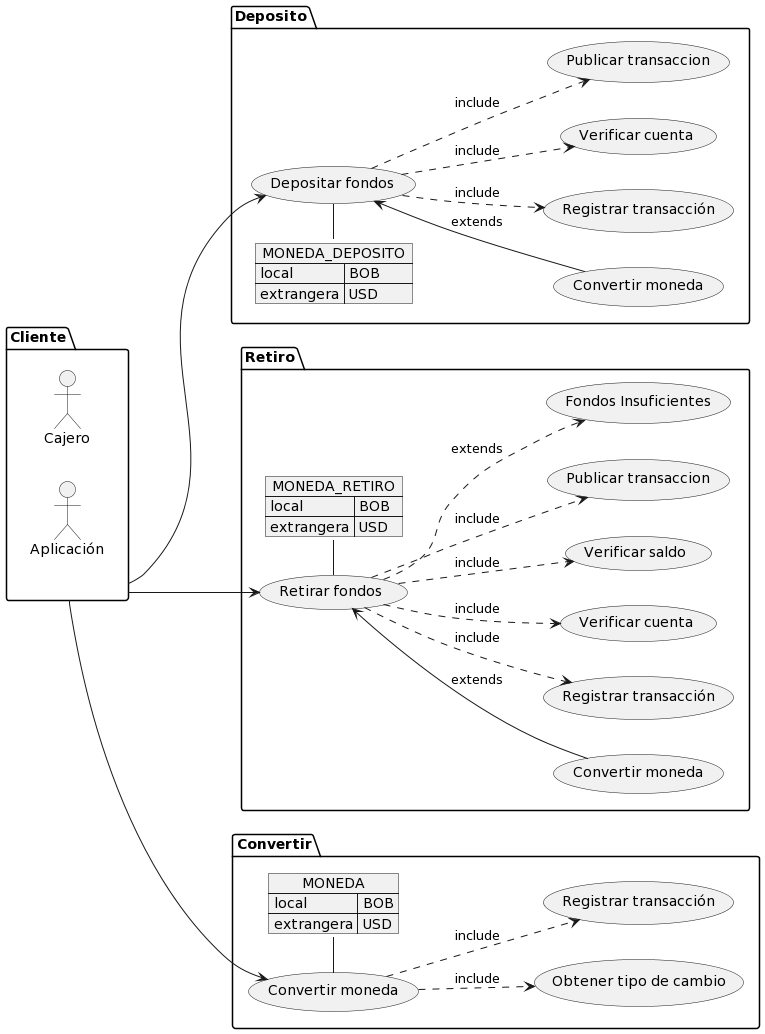
Above: docs/casos/gestionTransacciones.png in LizetheOV/cajero-automatico-multimoneda (PlantUML), before the change. Source of this version:
```plantuml
@startuml
left to right direction

package Cliente {
   actor "Cajero" as cajero
   actor "Aplicación" as app
}

package Deposito {
  usecase "Depositar fondos" as depositar
  usecase "Convertir moneda" as convertirDeposito
  usecase "Registrar transacción" as registrarDeposito
  usecase "Verificar cuenta" as verificarCuentaDeposito
  usecase "Publicar transaccion" as publicarDeposito
  json MONEDA_DEPOSITO {
     "local": "BOB",
     "extrangera": "USD"
  }
}

package Retiro {
  usecase "Retirar fondos" as retirar
  usecase "Convertir moneda" as convertirRetiro
  usecase "Registrar transacción" as registrarRetiro
  usecase "Verificar cuenta" as verificarCuentaRetiro
  usecase "Verificar saldo" as verificarSaldoRetiro
  usecase "Publicar transaccion" as publicarRetiro
  usecase "Fondos Insuficientes" as fundosInsuficientes
  json MONEDA_RETIRO {
     "local": "BOB",
     "extrangera": "USD"
  }
}

package Convertir {
  usecase "Obtener tipo de cambio" as tipoCambio
  usecase "Convertir moneda" as convertir
  usecase "Registrar transacción" as registrarTransaccion
  json MONEDA {
     "local": "BOB",
     "extrangera": "USD"
  }
}

:Cliente: -down--> depositar
:depositar: -down.> verificarCuentaDeposito: include
:depositar: -down.> registrarDeposito: include
:depositar: -down.> publicarDeposito: include
:convertirDeposito: -up-> depositar: extends
depositar -left- MONEDA_DEPOSITO

:Cliente: -down--> retirar
:retirar: -down.> verificarCuentaRetiro: include
:retirar: -down.> verificarSaldoRetiro: include
:retirar: -down.> fundosInsuficientes: extends
:retirar: -down.> registrarRetiro: include
:retirar: -down.> publicarRetiro: include
:convertirRetiro: -up-> retirar: extends
retirar-right- MONEDA_RETIRO


:Cliente: -down--> convertir
:convertir: -down.> tipoCambio: include
:convertir: -down.> registrarTransaccion: include

convertir-right- MONEDA
@enduml
```
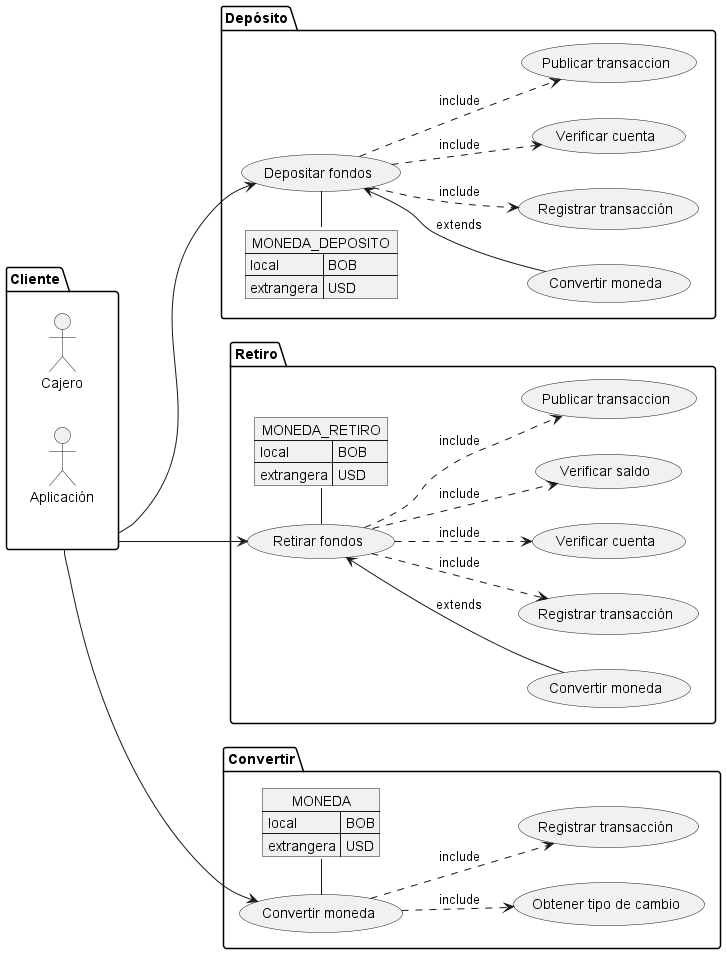
Later version of the same file.

What changed in the source:
```diff
@@ -6,7 +6,7 @@
    actor "Aplicación" as app
 }
 
-package Deposito {
+package Depósito {
   usecase "Depositar fondos" as depositar
   usecase "Convertir moneda" as convertirDeposito
   usecase "Registrar transacción" as registrarDeposito
@@ -25,7 +25,6 @@
   usecase "Verificar cuenta" as verificarCuentaRetiro
   usecase "Verificar saldo" as verificarSaldoRetiro
   usecase "Publicar transaccion" as publicarRetiro
-  usecase "Fondos Insuficientes" as fundosInsuficientes
   json MONEDA_RETIRO {
      "local": "BOB",
      "extrangera": "USD"
@@ -52,7 +51,6 @@
 :Cliente: -down--> retirar
 :retirar: -down.> verificarCuentaRetiro: include
 :retirar: -down.> verificarSaldoRetiro: include
-:retirar: -down.> fundosInsuficientes: extends
 :retirar: -down.> registrarRetiro: include
 :retirar: -down.> publicarRetiro: include
 :convertirRetiro: -up-> retirar: extends
```
